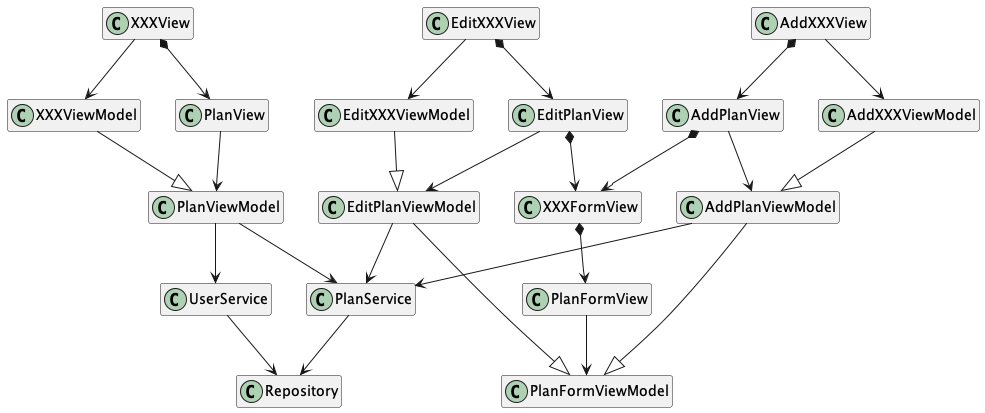
Above: docs/diagrams/Plan2.png in keanecjy/TourMate (PlantUML), before the change.
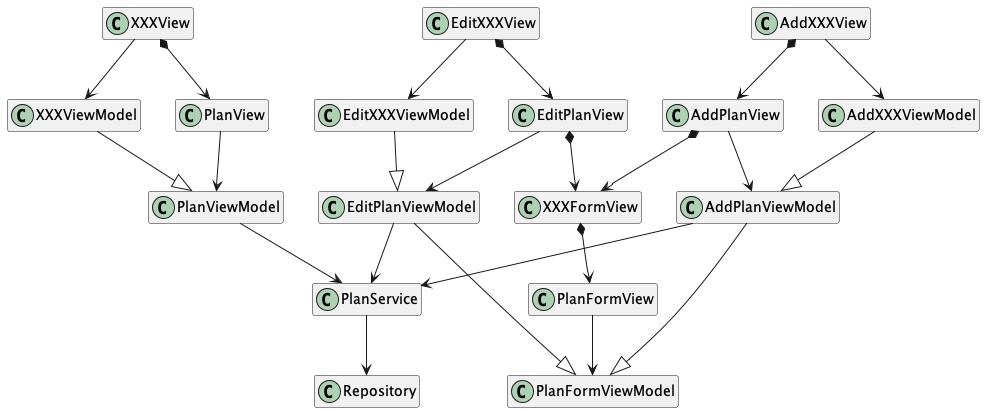
The same file after the commit.

What changed in the source:
```diff
@@ -35,9 +35,6 @@
 class PlanService {
 }
 
-class UserService {
-}
-
 class Repository {}
 
 
@@ -71,9 +68,6 @@
 AddPlanViewModel --|> PlanFormViewModel
 EditPlanViewModel --|> PlanFormViewModel
 
-PlanViewModel --> UserService
-
-UserService --> Repository
 PlanService --> Repository
 
 @enduml
```
